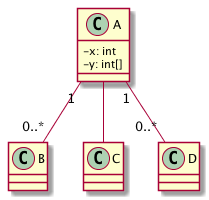
rishirajrandive/uml-parser keeps this PlantUML diagram as class-diagram-gen/src/umloutput.png. Above is the earlier version. Source of this version:
```plantuml
@startuml
skinparam classAttributeIconSize 0
class A {
-x: int
-y: int[]
}

class B {
}

class C {
}

class D {
}

A"1"--"0..*"B

A--C

A"1"--"0..*"D

@enduml
```
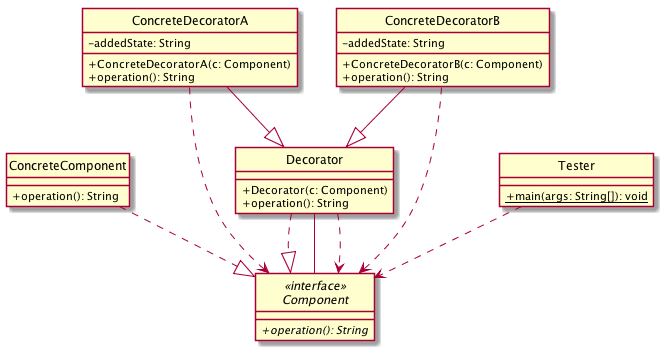
Above is the later version.

Change to the diagram source:
```diff
@@ -1,23 +1,51 @@
 @startuml
 skinparam classAttributeIconSize 0
-class A {
--x: int
--y: int[]
+interface Component << interface >> {
++ {abstract}operation(): String
 }
 
-class B {
+class ConcreteComponent {
++operation(): String
 }
 
-class C {
+class ConcreteDecoratorA {
++ConcreteDecoratorA(c: Component)
++operation(): String
+-addedState: String
 }
 
-class D {
+class Decorator {
++Decorator(c: Component)
++operation(): String
 }
 
-A"1"--"0..*"B
+class ConcreteDecoratorB {
++ConcreteDecoratorB(c: Component)
++operation(): String
+-addedState: String
+}
 
-A--C
+class Tester {
++ {static}main(args: String[]): void
+}
 
-A"1"--"0..*"D
+ConcreteComponent..|>Component
 
+ConcreteDecoratorA--|>Decorator
+
+ConcreteDecoratorA..>Component
+
+ConcreteDecoratorB--|>Decorator
+
+ConcreteDecoratorB..>Component
+
+Decorator..|>Component
+
+Decorator--Component
+
+Decorator..>Component
+
+Tester..>Component
+
+hide circle
 @enduml
```
